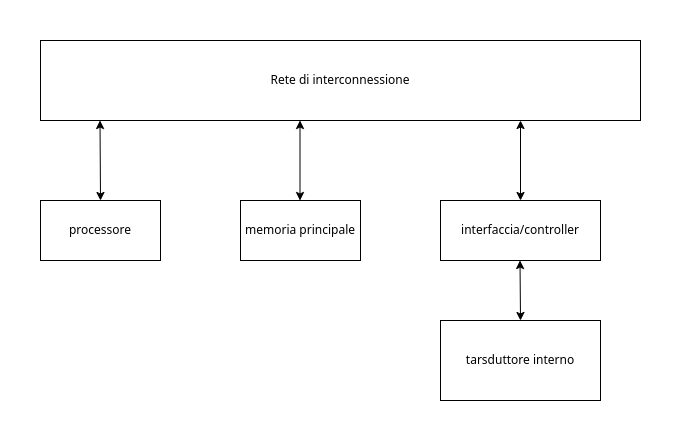
The draw.io diagram images/Concetti Introduttivi/calculator-scheme-io.png in Gabriele-D-Cambria/Appunti-Sistemi-Operativi-2025-2026, before a commit. Source tidied: cells renumbered, new cells last; positions are measured from the earlier drawing's top-left corner, leaving out a move shared by most shapes.
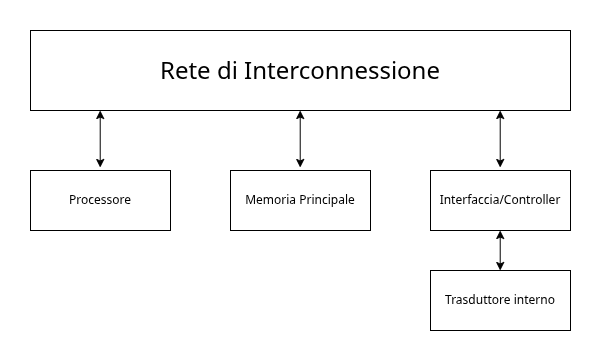
Later version of the same file.

Diff of the diagram source:
```diff
@@ -1,47 +1,53 @@
-<mxGraphModel>
+<mxGraphModel background="#ffffff" math="1">
   <root>
     <mxCell id="0" />
     <mxCell id="1" parent="0" />
-    <mxCell id="2" style="whiteSpace=wrap;html=1;strokeColor=none;" parent="1" vertex="1">
-      <mxGeometry width="680" height="440" as="geometry" />
-    </mxCell>
-    <mxCell id="3" value="Rete di interconnessione" style="whiteSpace=wrap;html=1;" parent="1" vertex="1">
-      <mxGeometry x="40" y="40" width="600" height="80" as="geometry" />
-    </mxCell>
-    <mxCell id="4" value="processore" style="whiteSpace=wrap;html=1;" parent="1" vertex="1">
-      <mxGeometry x="40" y="200" width="120" height="60" as="geometry" />
-    </mxCell>
-    <mxCell id="5" value="memoria principale" style="whiteSpace=wrap;html=1;" parent="1" vertex="1">
-      <mxGeometry x="240" y="200" width="120" height="60" as="geometry" />
-    </mxCell>
-    <mxCell id="6" value="interfaccia/controller" style="whiteSpace=wrap;html=1;" parent="1" vertex="1">
-      <mxGeometry x="440" y="200" width="160" height="60" as="geometry" />
-    </mxCell>
-    <mxCell id="7" value="tarsduttore interno" style="whiteSpace=wrap;html=1;" parent="1" vertex="1">
-      <mxGeometry x="440" y="320" width="160" height="80" as="geometry" />
-    </mxCell>
-    <mxCell id="8" style="edgeStyle=none;jettySize=auto;html=1;startArrow=classic;startFill=1;entryX=0.5;entryY=0;entryDx=0;entryDy=0;" parent="1" edge="1" target="4">
-      <mxGeometry relative="1" as="geometry">
-        <mxPoint x="99.5" y="120" as="sourcePoint" />
-      </mxGeometry>
-    </mxCell>
-    <mxCell id="9" style="edgeStyle=none;orthogonalLoop=1;jettySize=auto;html=1;startArrow=classic;startFill=1;" parent="1" edge="1">
-      <mxGeometry relative="1" as="geometry">
-        <mxPoint x="299.5" y="120" as="sourcePoint" />
-        <mxPoint x="299.5" y="200" as="targetPoint" />
-      </mxGeometry>
-    </mxCell>
-    <mxCell id="10" style="edgeStyle=none;orthogonalLoop=1;jettySize=auto;html=1;startArrow=classic;startFill=1;" parent="1" edge="1">
-      <mxGeometry relative="1" as="geometry">
-        <mxPoint x="520" y="120" as="sourcePoint" />
-        <mxPoint x="520" y="200" as="targetPoint" />
-      </mxGeometry>
-    </mxCell>
-    <mxCell id="11" style="edgeStyle=none;orthogonalLoop=1;jettySize=auto;html=1;startArrow=classic;startFill=1;" parent="1" edge="1">
-      <mxGeometry relative="1" as="geometry">
-        <mxPoint x="519.5" y="260" as="sourcePoint" />
-        <mxPoint x="520" y="320" as="targetPoint" />
-      </mxGeometry>
-    </mxCell>
+    <mxCell id="12" style="whiteSpace=wrap;html=1;fontColor=none;noLabel=1;strokeColor=none;" parent="1" vertex="1">
+      <mxGeometry x="40" y="-70" width="600" height="350" as="geometry" />
+    </mxCell>
+    <mxCell id="13" style="edgeStyle=none;html=1;exitX=0.5;exitY=1;exitDx=0;exitDy=0;entryX=0;entryY=0;entryDx=50;entryDy=0;entryPerimeter=0;startArrow=classicThin;startFill=1;" parent="1" edge="1">
+      <mxGeometry relative="1" as="geometry">
+        <mxPoint x="520" y="180" as="targetPoint" />
+      </mxGeometry>
+    </mxCell>
+    <mxCell id="14" value="Rete di Interconnessione" style="whiteSpace=wrap;html=1;fontSize=24;" parent="1" vertex="1">
+      <mxGeometry x="70" y="-40" width="540" height="80" as="geometry" />
+    </mxCell>
+    <mxCell id="15" value="Processore" style="whiteSpace=wrap;html=1;fontSize=12;" parent="1" vertex="1">
+      <mxGeometry x="70" y="100" width="140" height="60" as="geometry" />
+    </mxCell>
+    <mxCell id="16" value="Memoria Principale" style="whiteSpace=wrap;html=1;fontSize=12;" parent="1" vertex="1">
+      <mxGeometry x="270" y="100" width="140" height="60" as="geometry" />
+    </mxCell>
+    <mxCell id="17" value="Interfaccia/Controller" style="whiteSpace=wrap;html=1;fontSize=12;" parent="1" vertex="1">
+      <mxGeometry x="470" y="100" width="140" height="60" as="geometry" />
+    </mxCell>
+    <mxCell id="18" value="Trasduttore interno" style="whiteSpace=wrap;html=1;fontSize=12;" parent="1" vertex="1">
+      <mxGeometry x="470" y="200" width="140" height="60" as="geometry" />
+    </mxCell>
+    <mxCell id="19" style="edgeStyle=none;orthogonalLoop=1;jettySize=auto;html=1;startArrow=classic;startFill=1;" parent="1" edge="1">
+      <mxGeometry relative="1" as="geometry">
+        <mxPoint x="539.7" y="200" as="sourcePoint" />
+        <mxPoint x="539.7" y="160" as="targetPoint" />
+      </mxGeometry>
+    </mxCell>
+    <mxCell id="20" style="edgeStyle=none;orthogonalLoop=1;jettySize=auto;html=1;startArrow=classic;startFill=1;" parent="1" edge="1">
+      <mxGeometry relative="1" as="geometry">
+        <mxPoint x="539.7" y="97" as="sourcePoint" />
+        <mxPoint x="539.7" y="40" as="targetPoint" />
+      </mxGeometry>
+    </mxCell>
+    <mxCell id="21" style="edgeStyle=none;orthogonalLoop=1;jettySize=auto;html=1;startArrow=classic;startFill=1;" parent="1" edge="1">
+      <mxGeometry relative="1" as="geometry">
+        <mxPoint x="339.7" y="97" as="sourcePoint" />
+        <mxPoint x="339.7" y="40" as="targetPoint" />
+      </mxGeometry>
+    </mxCell>
+    <mxCell id="22" style="edgeStyle=none;orthogonalLoop=1;jettySize=auto;html=1;startArrow=classic;startFill=1;" parent="1" edge="1">
+      <mxGeometry relative="1" as="geometry">
+        <mxPoint x="139.7" y="97" as="sourcePoint" />
+        <mxPoint x="139.7" y="40" as="targetPoint" />
+      </mxGeometry>
+    </mxCell>
   </root>
 </mxGraphModel>
```
